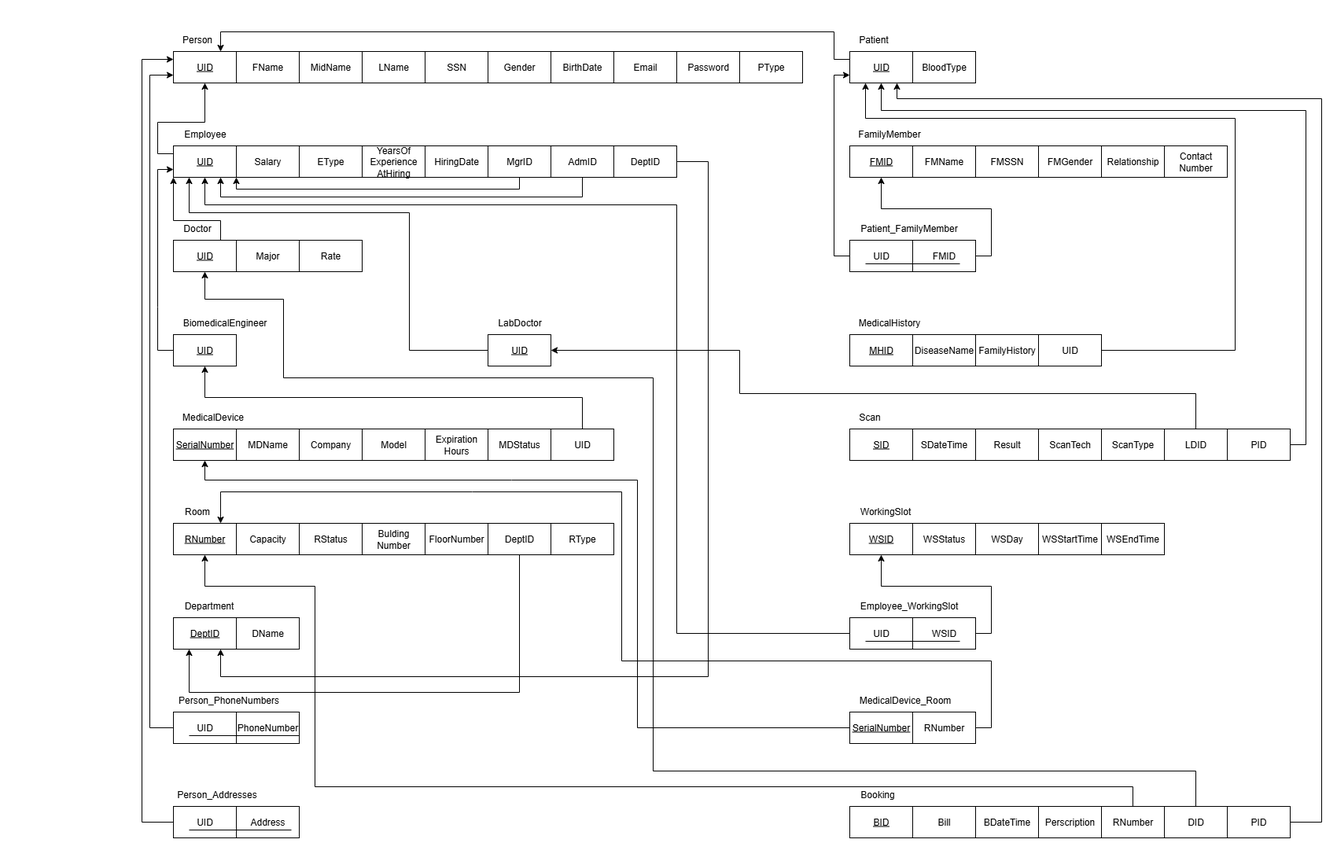
The draw.io diagram deliverables/mapping/CMS_Mapping.png in MazenAtlam/clinical_management_system, before a commit. Source tidied: cells renumbered, new cells last; positions are measured from the earlier drawing's top-left corner, leaving out a move shared by most shapes.
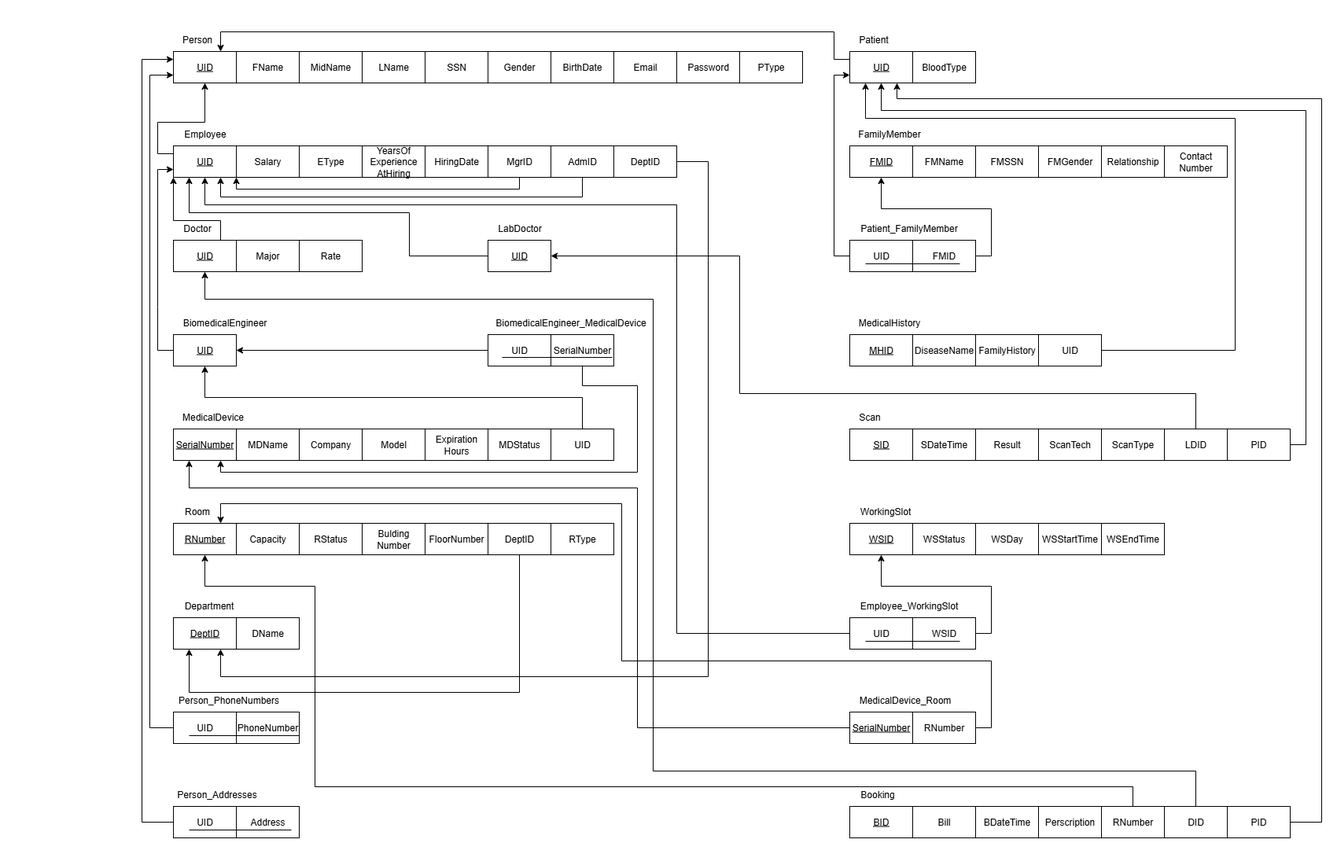
After the commit.

What changed in the source:
```diff
@@ -224,9 +224,8 @@
           <mxPoint x="1080" y="890" />
           <mxPoint x="1080" y="805" />
           <mxPoint x="610" y="805" />
-          <mxPoint x="610" y="590" />
-          <mxPoint x="420" y="590" />
-          <mxPoint x="100" y="590" />
+          <mxPoint x="610" y="605" />
+          <mxPoint x="100" y="605" />
         </Array>
       </mxGeometry>
     </mxCell>
@@ -424,20 +423,17 @@
         <Array as="points">
           <mxPoint x="1340" y="945" />
           <mxPoint x="650" y="945" />
-          <mxPoint x="650" y="445" />
-          <mxPoint x="180" y="445" />
-          <mxPoint x="180" y="345" />
+          <mxPoint x="650" y="345" />
           <mxPoint x="80" y="345" />
         </Array>
       </mxGeometry>
     </mxCell>
-    <mxCell id="103" style="endArrow=classic;html=1;rounded=0;exitX=0;exitY=0.5;exitDx=0;exitDy=0;entryX=0.5;entryY=1;entryDx=0;entryDy=0;" parent="1" edge="1" source="107" target="43">
+    <mxCell id="103" style="endArrow=classic;html=1;rounded=0;exitX=0;exitY=0.5;exitDx=0;exitDy=0;entryX=0.25;entryY=1;entryDx=0;entryDy=0;" parent="1" edge="1" source="107" target="43">
       <mxGeometry relative="1" as="geometry">
         <Array as="points">
           <mxPoint x="630" y="890" />
-          <mxPoint x="630" y="575" />
-          <mxPoint x="470" y="575" />
-          <mxPoint x="80" y="575" />
+          <mxPoint x="630" y="585" />
+          <mxPoint x="60" y="585" />
         </Array>
       </mxGeometry>
     </mxCell>
@@ -513,15 +509,15 @@
       <mxGeometry x="200" y="270" width="80" height="40" as="geometry" />
     </mxCell>
     <mxCell id="124" value="&lt;u&gt;UID&lt;/u&gt;" style="rounded=0;whiteSpace=wrap;html=1;" parent="1" vertex="1">
-      <mxGeometry x="440" y="390" width="80" height="40" as="geometry" />
+      <mxGeometry x="440" y="270" width="80" height="40" as="geometry" />
     </mxCell>
     <mxCell id="125" value="LabDoctor" style="text;html=1;align=center;verticalAlign=middle;strokeColor=none;fillColor=none;" parent="1" vertex="1">
-      <mxGeometry x="440" y="360" width="80" height="30" as="geometry" />
+      <mxGeometry x="440" y="240" width="80" height="30" as="geometry" />
     </mxCell>
     <mxCell id="126" style="endArrow=classic;html=1;rounded=0;exitX=0;exitY=0.5;exitDx=0;exitDy=0;entryX=0.25;entryY=1;entryDx=0;entryDy=0;" parent="1" edge="1" source="124" target="24">
       <mxGeometry relative="1" as="geometry">
         <Array as="points">
-          <mxPoint x="340" y="410" />
+          <mxPoint x="340" y="290" />
           <mxPoint x="340" y="235" />
           <mxPoint x="60" y="235" />
         </Array>
@@ -535,9 +531,37 @@
         <Array as="points">
           <mxPoint x="1340" y="465" />
           <mxPoint x="760" y="465" />
-          <mxPoint x="760" y="410" />
+          <mxPoint x="760" y="290" />
         </Array>
       </mxGeometry>
     </mxCell>
+    <mxCell id="129" value="UID" style="rounded=0;whiteSpace=wrap;html=1;" parent="1" vertex="1">
+      <mxGeometry x="440" y="390" width="80" height="40" as="geometry" />
+    </mxCell>
+    <mxCell id="130" value="BiomedicalEngineer_MedicalDevice" style="text;html=1;align=center;verticalAlign=middle;strokeColor=none;fillColor=none;" parent="1" vertex="1">
+      <mxGeometry x="440" y="360" width="210" height="30" as="geometry" />
+    </mxCell>
+    <mxCell id="131" value="SerialNumber" style="rounded=0;whiteSpace=wrap;html=1;" parent="1" vertex="1">
+      <mxGeometry x="520" y="390" width="80" height="40" as="geometry" />
+    </mxCell>
+    <mxCell id="132" style="endArrow=none;html=1;rounded=0;" parent="1" edge="1">
+      <mxGeometry relative="1" as="geometry">
+        <mxPoint x="458" y="419" as="sourcePoint" />
+        <mxPoint x="598" y="419" as="targetPoint" />
+      </mxGeometry>
+    </mxCell>
+    <mxCell id="133" style="endArrow=classic;html=1;rounded=0;entryX=1;entryY=0.5;entryDx=0;entryDy=0;exitX=0;exitY=0.5;exitDx=0;exitDy=0;" parent="1" edge="1" source="129" target="38">
+      <mxGeometry relative="1" as="geometry" />
+    </mxCell>
+    <mxCell id="134" style="endArrow=classic;html=1;rounded=0;entryX=0.75;entryY=1;entryDx=0;entryDy=0;exitX=0.5;exitY=1;exitDx=0;exitDy=0;" parent="1" edge="1" source="131" target="43">
+      <mxGeometry relative="1" as="geometry">
+        <Array as="points">
+          <mxPoint x="560" y="455" />
+          <mxPoint x="630" y="455" />
+          <mxPoint x="630" y="565" />
+          <mxPoint x="100" y="565" />
+        </Array>
+      </mxGeometry>
+    </mxCell>
   </root>
 </mxGraphModel>
```
